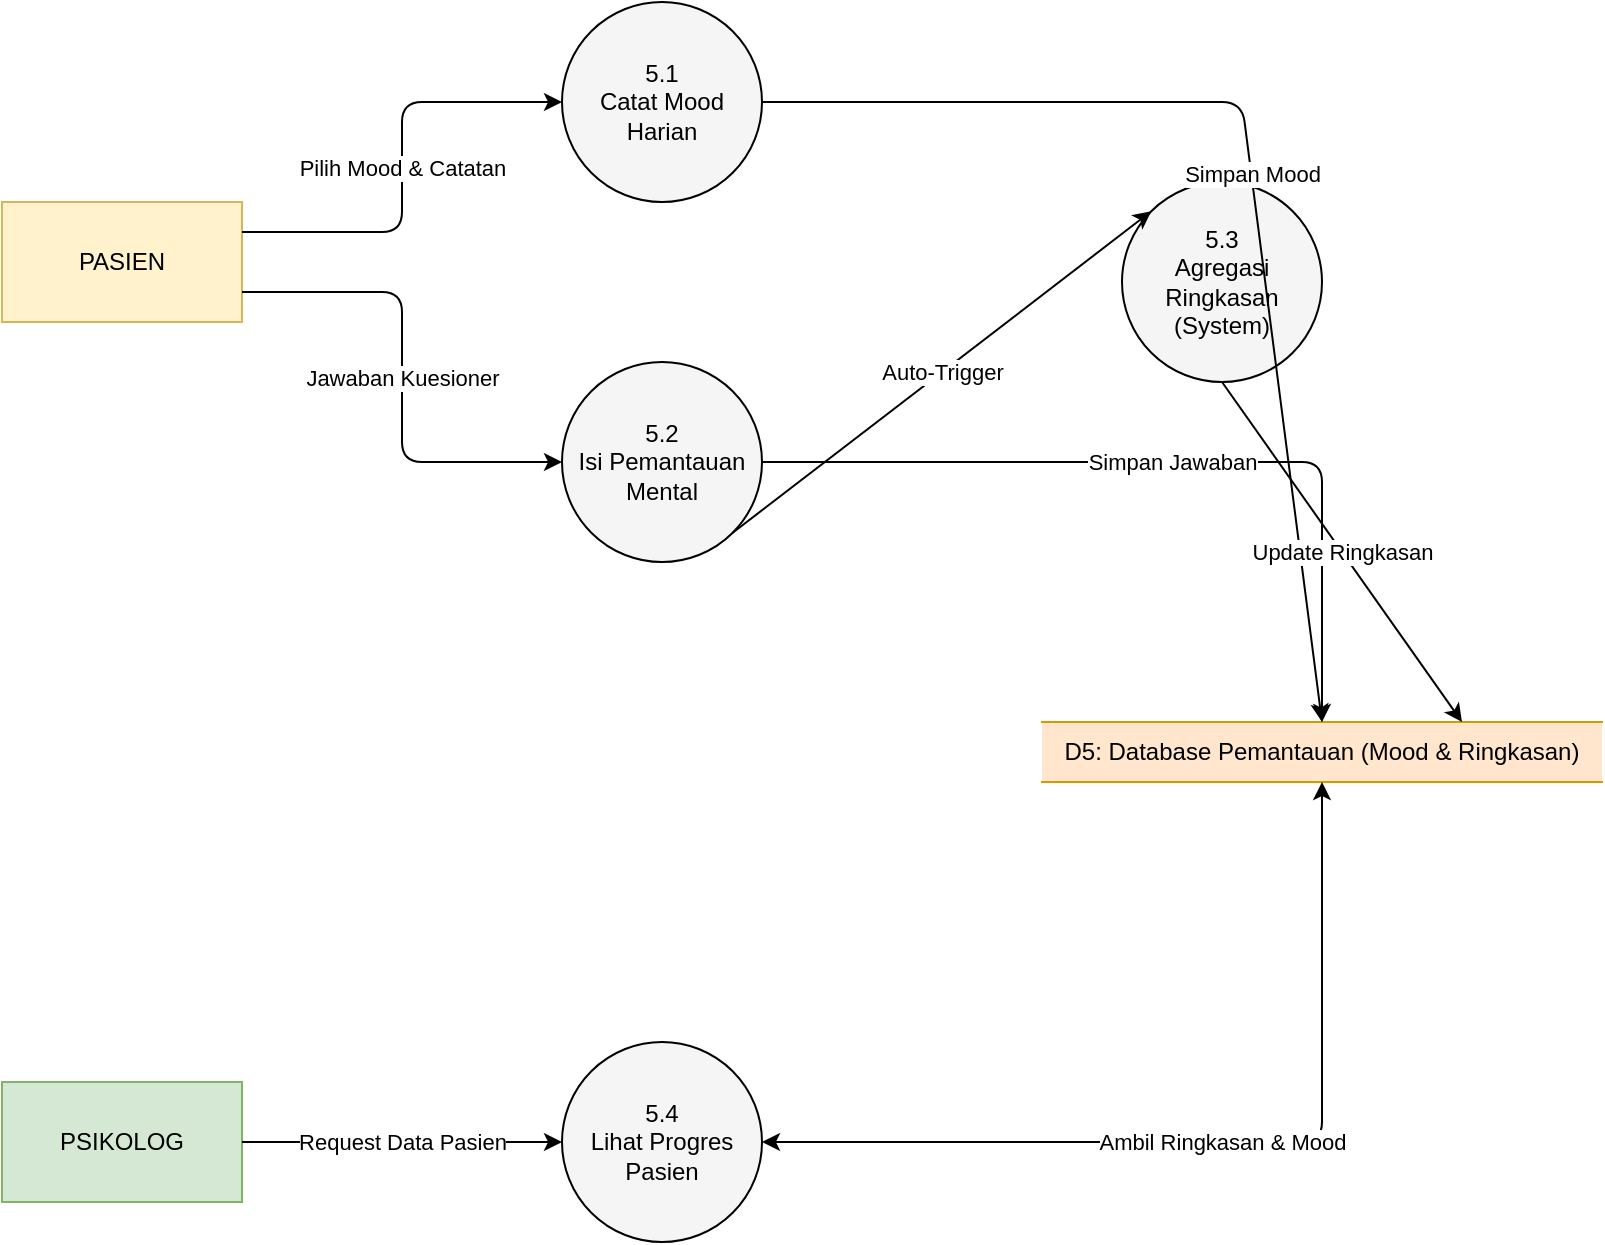
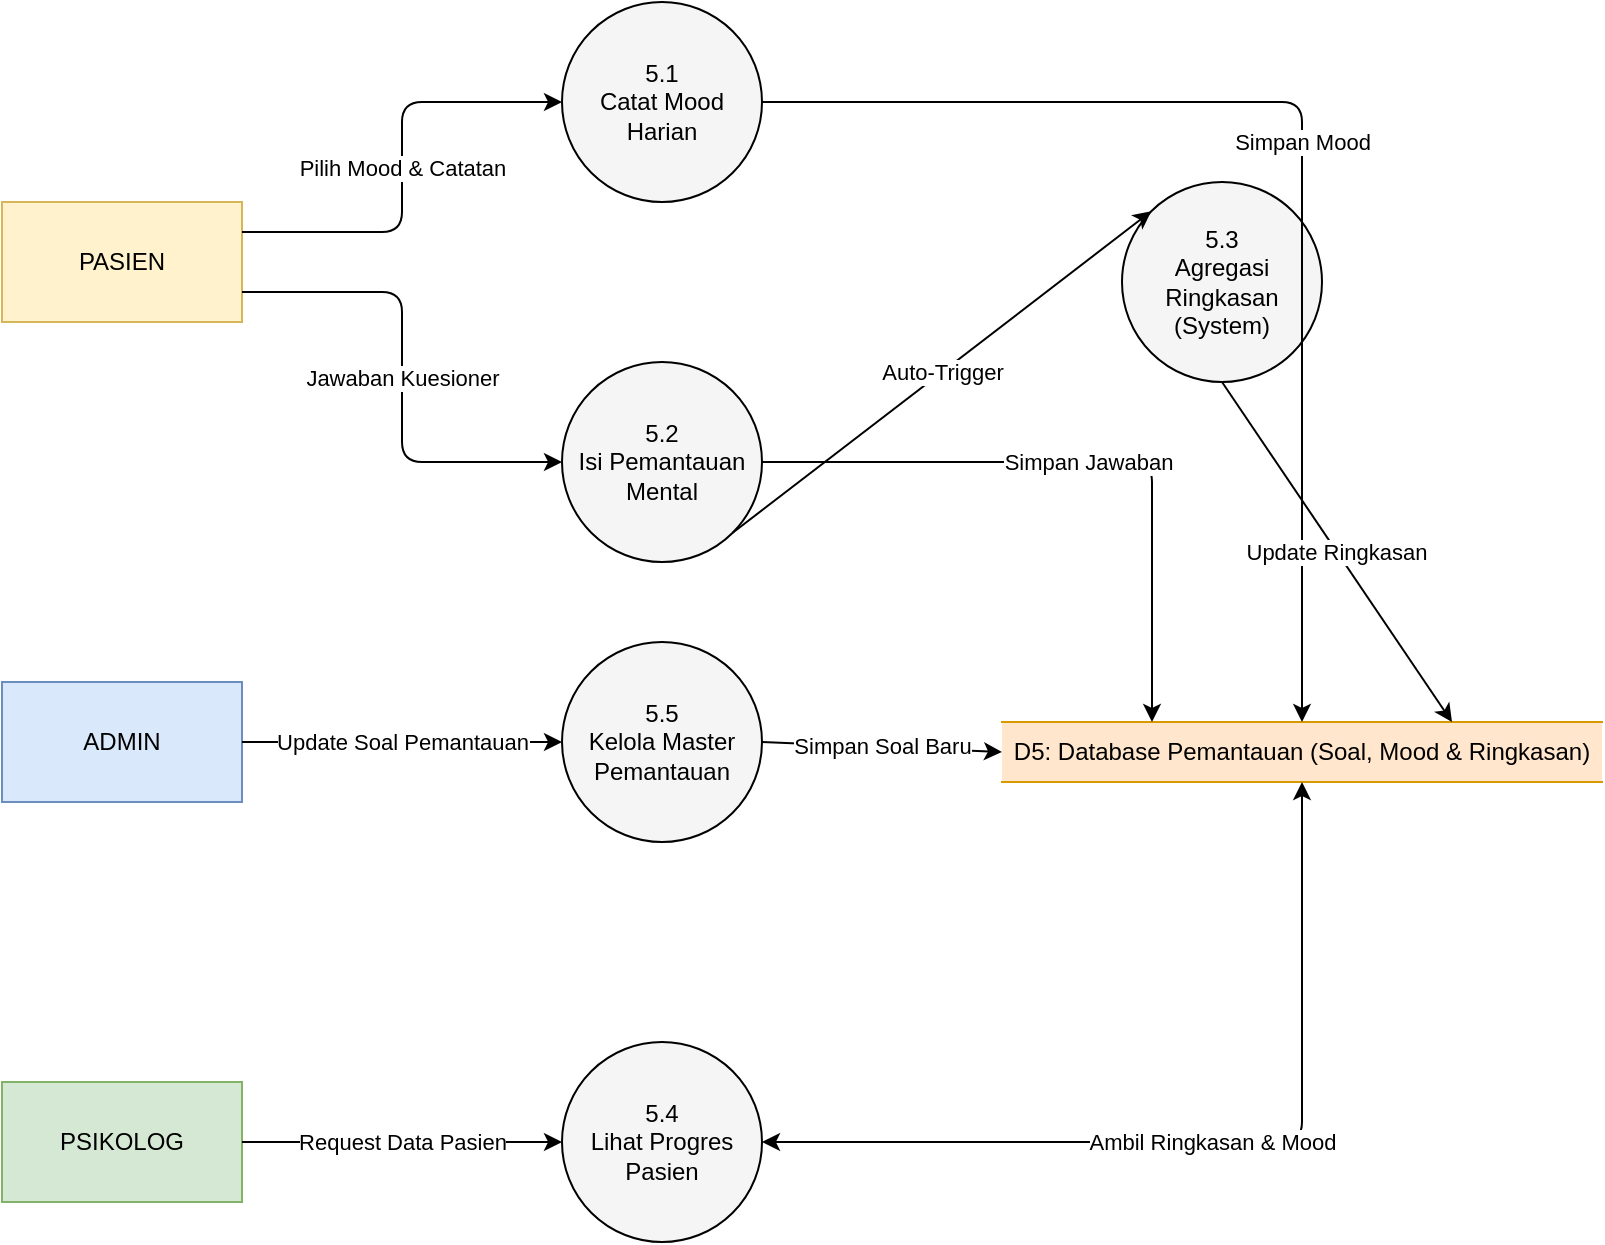
- <mxfile host="Electron" modified="2026-05-24T16:20:00.000Z" agent="5.0" version="21.6.8" type="device">
+ <mxfile host="Electron" modified="2026-05-24T20:05:00.000Z" agent="5.0" version="21.6.8" type="device">
  <diagram id="DFD-L2-Pemantauan" name="DFD Level 2 - Proses 5.0 Pemantauan">
    <mxGraphModel dx="1200" dy="800" grid="1" gridSize="10" guides="1" tooltips="1" connect="1" arrows="1" fold="1" page="1" pageScale="1" pageWidth="1169" pageHeight="827" math="0" shadow="0">
      <root>
        <mxCell id="0" />
        <mxCell id="1" parent="0" />

        <mxCell id="E_Pasien" value="PASIEN" style="rounded=0;whiteSpace=wrap;html=1;fillColor=#fff2cc;strokeColor=#d6b656;fontWeight=bold;" vertex="1" parent="1"><mxGeometry x="80" y="160" width="120" height="60" as="geometry" /></mxCell>
+         <mxCell id="E_Admin" value="ADMIN" style="rounded=0;whiteSpace=wrap;html=1;fillColor=#dae8fc;strokeColor=#6c8ebf;fontWeight=bold;" vertex="1" parent="1"><mxGeometry x="80" y="400" width="120" height="60" as="geometry" /></mxCell>
        <mxCell id="E_Psikolog" value="PSIKOLOG" style="rounded=0;whiteSpace=wrap;html=1;fillColor=#d5e8d4;strokeColor=#82b366;fontWeight=bold;" vertex="1" parent="1"><mxGeometry x="80" y="600" width="120" height="60" as="geometry" /></mxCell>

        <mxCell id="P5_1" value="5.1&lt;br&gt;Catat Mood&lt;br&gt;Harian" style="ellipse;whiteSpace=wrap;html=1;aspect=fixed;fillColor=#f5f5f5;" vertex="1" parent="1"><mxGeometry x="360" y="60" width="100" height="100" as="geometry" /></mxCell>
        <mxCell id="P5_2" value="5.2&lt;br&gt;Isi Pemantauan&lt;br&gt;Mental" style="ellipse;whiteSpace=wrap;html=1;aspect=fixed;fillColor=#f5f5f5;" vertex="1" parent="1"><mxGeometry x="360" y="240" width="100" height="100" as="geometry" /></mxCell>
+         <mxCell id="P5_5" value="5.5&lt;br&gt;Kelola Master&lt;br&gt;Pemantauan" style="ellipse;whiteSpace=wrap;html=1;aspect=fixed;fillColor=#f5f5f5;" vertex="1" parent="1"><mxGeometry x="360" y="380" width="100" height="100" as="geometry" /></mxCell>
+         <mxCell id="P5_4" value="5.4&lt;br&gt;Lihat Progres&lt;br&gt;Pasien" style="ellipse;whiteSpace=wrap;html=1;aspect=fixed;fillColor=#f5f5f5;" vertex="1" parent="1"><mxGeometry x="360" y="580" width="100" height="100" as="geometry" /></mxCell>
        <mxCell id="P5_3" value="5.3&lt;br&gt;Agregasi&lt;br&gt;Ringkasan (System)" style="ellipse;whiteSpace=wrap;html=1;aspect=fixed;fillColor=#f5f5f5;" vertex="1" parent="1"><mxGeometry x="640" y="150" width="100" height="100" as="geometry" /></mxCell>
-         <mxCell id="P5_4" value="5.4&lt;br&gt;Lihat Progres&lt;br&gt;Pasien" style="ellipse;whiteSpace=wrap;html=1;aspect=fixed;fillColor=#f5f5f5;" vertex="1" parent="1"><mxGeometry x="360" y="580" width="100" height="100" as="geometry" /></mxCell>

-         <mxCell id="D5" value="D5: Database Pemantauan (Mood &amp; Ringkasan)" style="shape=partialRectangle;whiteSpace=wrap;html=1;left=0;right=0;fillColor=#ffe6cc;strokeColor=#d79b00;" vertex="1" parent="1"><mxGeometry x="600" y="420" width="280" height="30" as="geometry" /></mxCell>
+         <mxCell id="D5" value="D5: Database Pemantauan (Soal, Mood &amp; Ringkasan)" style="shape=partialRectangle;whiteSpace=wrap;html=1;left=0;right=0;fillColor=#ffe6cc;strokeColor=#d79b00;" vertex="1" parent="1"><mxGeometry x="580" y="420" width="300" height="30" as="geometry" /></mxCell>

        <mxCell id="F1" value="Pilih Mood &amp; Catatan" style="endArrow=classic;html=1;exitX=1;exitY=0.25;entryX=0;entryY=0.5;" edge="1" parent="1" source="E_Pasien" target="P5_1"><mxGeometry relative="1" as="geometry"><Array as="points"><mxPoint x="280" y="175"/><mxPoint x="280" y="110"/></Array></mxGeometry></mxCell>
        <mxCell id="F2" value="Jawaban Kuesioner" style="endArrow=classic;html=1;exitX=1;exitY=0.75;entryX=0;entryY=0.5;" edge="1" parent="1" source="E_Pasien" target="P5_2"><mxGeometry relative="1" as="geometry"><Array as="points"><mxPoint x="280" y="205"/><mxPoint x="280" y="290"/></Array></mxGeometry></mxCell>
+         <mxCell id="F2b" value="Update Soal Pemantauan" style="endArrow=classic;html=1;exitX=1;exitY=0.5;entryX=0;entryY=0.5;" edge="1" parent="1" source="E_Admin" target="P5_5"><mxGeometry relative="1" as="geometry" /></mxCell>
        <mxCell id="F3" value="Request Data Pasien" style="endArrow=classic;html=1;exitX=1;exitY=0.5;entryX=0;entryY=0.5;" edge="1" parent="1" source="E_Psikolog" target="P5_4"><mxGeometry relative="1" as="geometry" /></mxCell>

-         <mxCell id="S1" value="Simpan Mood" style="endArrow=classic;html=1;exitX=1;exitY=0.5;entryX=0.5;entryY=0;" edge="1" parent="1" source="P5_1" target="D5"><mxGeometry relative="1" as="geometry"><Array as="points"><mxPoint x="700" y="110"/></Array></mxGeometry></mxCell>
-         <mxCell id="S2" value="Simpan Jawaban" style="endArrow=classic;html=1;exitX=1;exitY=0.5;entryX=0.5;entryY=0;" edge="1" parent="1" source="P5_2" target="D5"><mxGeometry relative="1" as="geometry"><Array as="points"><mxPoint x="740" y="290"/></Array></mxGeometry></mxCell>
+         <mxCell id="S1" value="Simpan Mood" style="endArrow=classic;html=1;exitX=1;exitY=0.5;entryX=0.5;entryY=0;" edge="1" parent="1" source="P5_1" target="D5"><mxGeometry relative="1" as="geometry"><Array as="points"><mxPoint x="730" y="110"/></Array></mxGeometry></mxCell>
+         <mxCell id="S2" value="Simpan Jawaban" style="endArrow=classic;html=1;exitX=1;exitY=0.5;entryX=0.25;entryY=0;" edge="1" parent="1" source="P5_2" target="D5"><mxGeometry relative="1" as="geometry"><Array as="points"><mxPoint x="655" y="290"/></Array></mxGeometry></mxCell>
+         <mxCell id="S2b" value="Simpan Soal Baru" style="endArrow=classic;html=1;exitX=1;exitY=0.5;entryX=0;entryY=0.5;" edge="1" parent="1" source="P5_5" target="D5"><mxGeometry relative="1" as="geometry" /></mxCell>
        <mxCell id="S3" value="Auto-Trigger" style="endArrow=classic;html=1;exitX=1;exitY=1;entryX=0;entryY=0;" edge="1" parent="1" source="P5_2" target="P5_3"><mxGeometry relative="1" as="geometry" /></mxCell>
        <mxCell id="S4" value="Update Ringkasan" style="endArrow=classic;html=1;exitX=0.5;exitY=1;entryX=0.75;entryY=0;" edge="1" parent="1" source="P5_3" target="D5"><mxGeometry relative="1" as="geometry" /></mxCell>
-         <mxCell id="S5" value="Ambil Ringkasan &amp; Mood" style="endArrow=classic;startArrow=classic;html=1;exitX=1;exitY=0.5;entryX=0.5;entryY=1;" edge="1" parent="1" source="P5_4" target="D5"><mxGeometry relative="1" as="geometry"><Array as="points"><mxPoint x="740" y="630"/></Array></mxGeometry></mxCell>
+         <mxCell id="S5" value="Ambil Ringkasan &amp; Mood" style="endArrow=classic;startArrow=classic;html=1;exitX=1;exitY=0.5;entryX=0.5;entryY=1;" edge="1" parent="1" source="P5_4" target="D5"><mxGeometry relative="1" as="geometry"><Array as="points"><mxPoint x="730" y="630"/></Array></mxGeometry></mxCell>

      </root>
    </mxGraphModel>
  </diagram>
</mxfile>